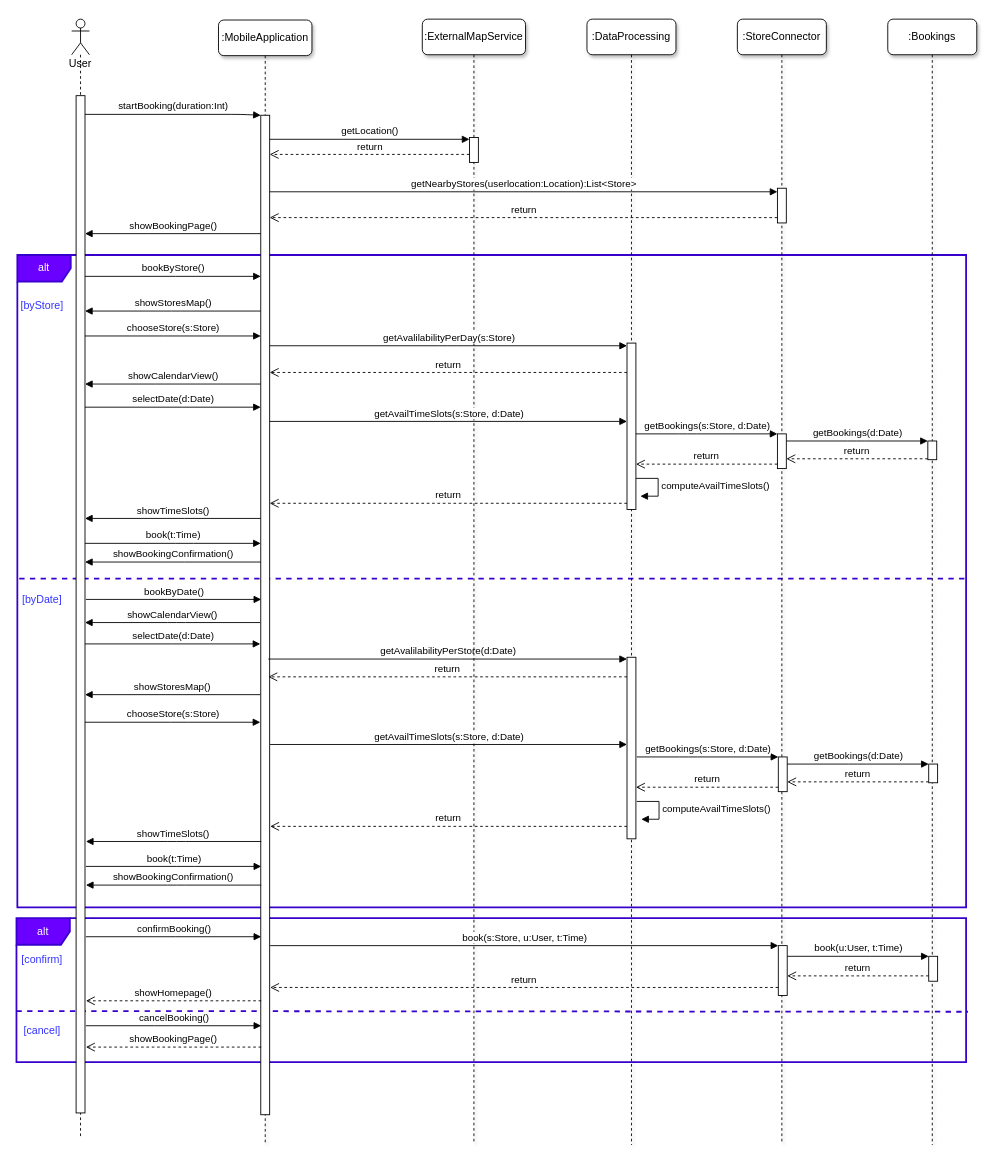
Before: Diagrams/Sequence/sequence_customer_book.drawio in pollo-fritto/PozziNeroniVetere, a draw.io diagram. Source tidied: cells renumbered, new cells numbered last; positions are measured from the earlier drawing's top-left corner, leaving out a move shared by most shapes. Both pictures are drawn from the tidied source at 89%, with x=0, y=0 at pixel (16, 19).
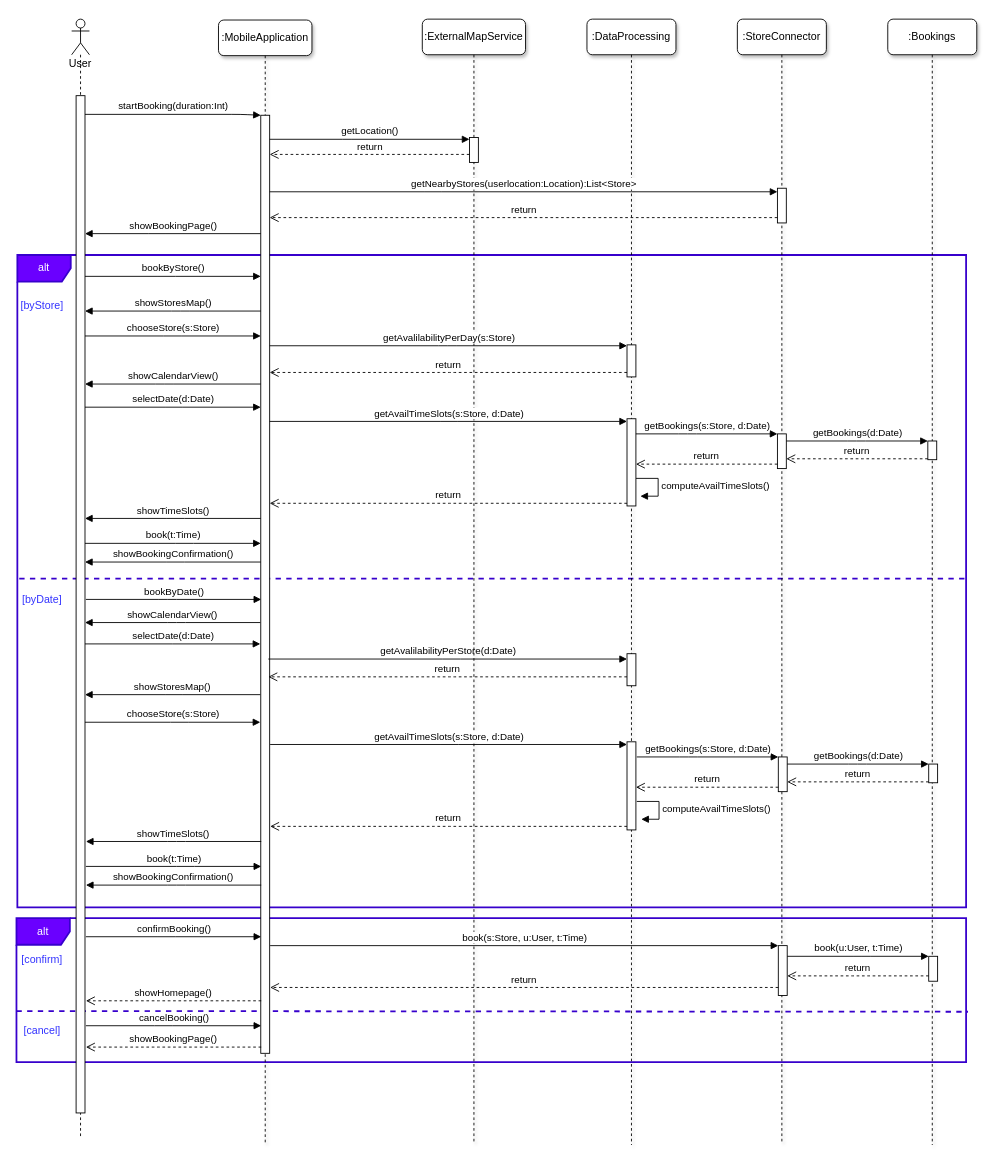
After the change.

The change refers to these unchanged cells:
```xml
<mxCell id="6" value=":MobileApplication" style="shape=umlLifeline;perimeter=lifelinePerimeter;whiteSpace=wrap;html=1;rounded=1;shadow=1;comic=0;labelBackgroundColor=none;strokeWidth=1;fontFamily=Helvetica;fontSize=12;align=center;" parent="1" vertex="1">
  <mxGeometry x="227" y="1" width="105" height="1262" as="geometry" />
</mxCell>
<mxCell id="8" value=":DataProcessing" style="shape=umlLifeline;perimeter=lifelinePerimeter;whiteSpace=wrap;html=1;rounded=1;shadow=1;glass=0;sketch=0;" parent="1" vertex="1">
  <mxGeometry x="641" width="100" height="1265" as="geometry" />
</mxCell>
<mxCell id="14" style="html=1;points=[];perimeter=orthogonalPerimeter;" parent="13" vertex="1">
  <mxGeometry x="45" y="466" width="10" height="39" as="geometry" />
</mxCell>
<mxCell id="43" style="html=1;points=[];perimeter=orthogonalPerimeter;" parent="1" vertex="1">
  <mxGeometry x="856" y="829" width="10" height="39" as="geometry" />
</mxCell>
```

What changed in the source:
```diff
@@
     <mxCell id="7" style="html=1;points=[];perimeter=orthogonalPerimeter;rounded=0;shadow=0;comic=0;labelBackgroundColor=none;strokeWidth=1;fontFamily=Verdana;fontSize=12;align=center;" parent="6" vertex="1">
-      <mxGeometry x="47.5" y="107" width="10" height="1123" as="geometry" />
+      <mxGeometry x="47.5" y="107" width="10" height="1054" as="geometry" />
     </mxCell>
@@
-    <mxCell id="9" style="html=1;points=[];perimeter=orthogonalPerimeter;strokeWidth=1;gradientColor=none;fillColor=#FFFFFF;" parent="8" vertex="1">
-      <mxGeometry x="45" y="364" width="10" height="187" as="geometry" />
-    </mxCell>
@@
-    <mxCell id="11" value="getAvalilabilityPerStore(d:Date)" style="html=1;verticalAlign=bottom;endArrow=block;strokeWidth=1;" parent="8" edge="1" target="12">
+    <mxCell id="11" value="getAvalilabilityPerStore(d:Date)" style="html=1;verticalAlign=bottom;endArrow=block;strokeWidth=1;" parent="8" edge="1">
       <mxGeometry relative="1" as="geometry">
         <mxPoint x="-358" y="719" as="sourcePoint" />
+        <mxPoint x="45" y="719" as="targetPoint" />
         <Array as="points">
           <mxPoint x="-152" y="719" />
         </Array>
       </mxGeometry>
     </mxCell>
-    <mxCell id="12" style="html=1;points=[];perimeter=orthogonalPerimeter;strokeWidth=1;gradientColor=none;fillColor=#FFFFFF;" parent="8" vertex="1">
-      <mxGeometry x="45" y="717" width="10" height="204" as="geometry" />
-    </mxCell>
+    <mxCell id="76" style="html=1;perimeter=orthogonalPerimeter;" parent="8" vertex="1">
+      <mxGeometry x="45" y="366" width="10" height="36" as="geometry" />
+    </mxCell>
+    <mxCell id="77" style="html=1;perimeter=orthogonalPerimeter;" parent="8" vertex="1">
+      <mxGeometry x="45" y="449" width="10" height="98" as="geometry" />
+    </mxCell>
+    <mxCell id="78" style="html=1;perimeter=orthogonalPerimeter;" parent="8" vertex="1">
+      <mxGeometry x="45" y="713" width="10" height="36" as="geometry" />
+    </mxCell>
+    <mxCell id="79" style="html=1;perimeter=orthogonalPerimeter;" parent="8" vertex="1">
+      <mxGeometry x="45" y="812" width="10" height="99" as="geometry" />
+    </mxCell>
@@
-    <mxCell id="29" value="return" style="html=1;verticalAlign=bottom;endArrow=open;dashed=1;endSize=8;" parent="1" edge="1" source="14" target="9">
+    <mxCell id="29" value="return" style="html=1;verticalAlign=bottom;endArrow=open;dashed=1;endSize=8;" parent="1" edge="1" source="14">
       <mxGeometry relative="1" as="geometry">
+        <mxPoint x="696" y="500" as="targetPoint" />
         <Array as="points">
           <mxPoint x="747" y="500" />
         </Array>
       </mxGeometry>
     </mxCell>
@@
-    <mxCell id="36" value="getAvalilabilityPerDay(s:Store)" style="html=1;verticalAlign=bottom;endArrow=block;strokeWidth=1;" parent="1" edge="1" source="7" target="9">
+    <mxCell id="36" value="getAvalilabilityPerDay(s:Store)" style="html=1;verticalAlign=bottom;endArrow=block;strokeWidth=1;" parent="1" edge="1" source="7">
       <mxGeometry relative="1" as="geometry">
+        <mxPoint x="686" y="367" as="targetPoint" />
         <Array as="points">
           <mxPoint x="484" y="367" />
         </Array>
       </mxGeometry>
     </mxCell>
-    <mxCell id="37" value="return" style="html=1;verticalAlign=bottom;endArrow=open;dashed=1;endSize=8;strokeWidth=1;" parent="1" edge="1" source="9" target="7">
+    <mxCell id="37" value="return" style="html=1;verticalAlign=bottom;endArrow=open;dashed=1;endSize=8;strokeWidth=1;" parent="1" edge="1" target="7">
       <mxGeometry relative="1" as="geometry">
+        <mxPoint x="686" y="397" as="sourcePoint" />
         <Array as="points">
           <mxPoint x="485" y="397" />
         </Array>
       </mxGeometry>
     </mxCell>
-    <mxCell id="38" value="getAvailTimeSlots(s:Store, d:Date)" style="html=1;verticalAlign=bottom;endArrow=block;strokeWidth=1;" parent="1" edge="1" source="7" target="9">
+    <mxCell id="38" value="getAvailTimeSlots(s:Store, d:Date)" style="html=1;verticalAlign=bottom;endArrow=block;strokeWidth=1;" parent="1" edge="1" source="7">
       <mxGeometry relative="1" as="geometry">
+        <mxPoint x="686" y="452" as="targetPoint" />
         <Array as="points">
           <mxPoint x="486" y="452" />
         </Array>
       </mxGeometry>
     </mxCell>
-    <mxCell id="39" value="return" style="html=1;verticalAlign=bottom;endArrow=open;dashed=1;endSize=8;strokeWidth=1;" parent="1" edge="1" source="9" target="7">
+    <mxCell id="39" value="return" style="html=1;verticalAlign=bottom;endArrow=open;dashed=1;endSize=8;strokeWidth=1;" parent="1" edge="1" target="7">
       <mxGeometry relative="1" as="geometry">
+        <mxPoint x="686" y="544" as="sourcePoint" />
         <Array as="points">
           <mxPoint x="478" y="544" />
         </Array>
       </mxGeometry>
     </mxCell>
@@
-    <mxCell id="49" value="return" style="html=1;verticalAlign=bottom;endArrow=open;dashed=1;endSize=8;" parent="1" edge="1" source="43" target="12">
+    <mxCell id="49" value="return" style="html=1;verticalAlign=bottom;endArrow=open;dashed=1;endSize=8;" parent="1" edge="1" source="43">
       <mxGeometry relative="1" as="geometry">
+        <mxPoint x="696" y="863" as="targetPoint" />
         <Array as="points">
           <mxPoint x="748" y="863" />
         </Array>
       </mxGeometry>
     </mxCell>
@@
-    <mxCell id="55" value="return" style="html=1;verticalAlign=bottom;endArrow=open;dashed=1;endSize=8;strokeWidth=1;" parent="1" edge="1" source="12">
+    <mxCell id="55" value="return" style="html=1;verticalAlign=bottom;endArrow=open;dashed=1;endSize=8;strokeWidth=1;" parent="1" edge="1">
       <mxGeometry relative="1" as="geometry">
+        <mxPoint x="686" y="739" as="sourcePoint" />
         <mxPoint x="283" y="739" as="targetPoint" />
         <Array as="points">
           <mxPoint x="485" y="739" />
         </Array>
       </mxGeometry>
     </mxCell>
-    <mxCell id="56" value="getAvailTimeSlots(s:Store, d:Date)" style="html=1;verticalAlign=bottom;endArrow=block;strokeWidth=1;" parent="1" edge="1" target="12">
+    <mxCell id="56" value="getAvailTimeSlots(s:Store, d:Date)" style="html=1;verticalAlign=bottom;endArrow=block;strokeWidth=1;" parent="1" edge="1">
       <mxGeometry relative="1" as="geometry">
         <mxPoint x="285" y="815" as="sourcePoint" />
+        <mxPoint x="686" y="815" as="targetPoint" />
         <Array as="points">
           <mxPoint x="487" y="815" />
         </Array>
       </mxGeometry>
     </mxCell>
-    <mxCell id="57" value="return" style="html=1;verticalAlign=bottom;endArrow=open;dashed=1;endSize=8;strokeWidth=1;" parent="1" edge="1" source="12">
+    <mxCell id="57" value="return" style="html=1;verticalAlign=bottom;endArrow=open;dashed=1;endSize=8;strokeWidth=1;" parent="1" edge="1">
       <mxGeometry relative="1" as="geometry">
+        <mxPoint x="686" y="907" as="sourcePoint" />
         <mxPoint x="285" y="907" as="targetPoint" />
         <Array as="points">
           <mxPoint x="479" y="907" />
         </Array>
       </mxGeometry>
     </mxCell>
```
